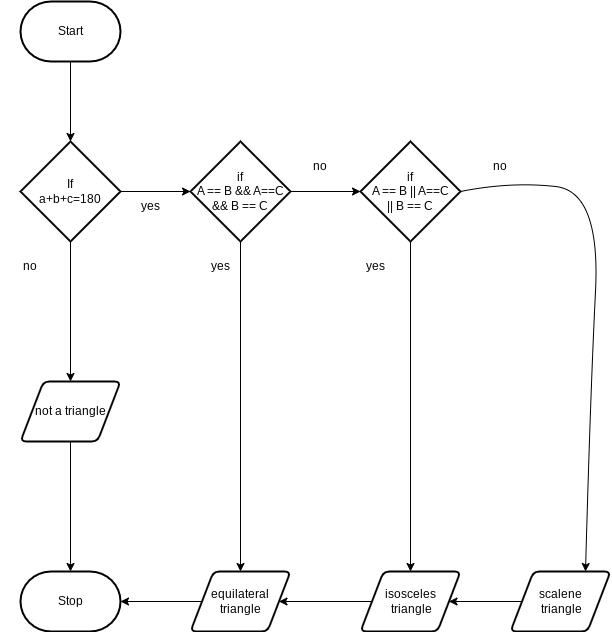
Above: design/flow-chart.png in MikeyGloriani/ICS2O-Unit-5-05-JS (draw.io), before the change. Source tidied: cells renumbered, new cells last; positions are measured from the earlier drawing's top-left corner, leaving out a move shared by most shapes.
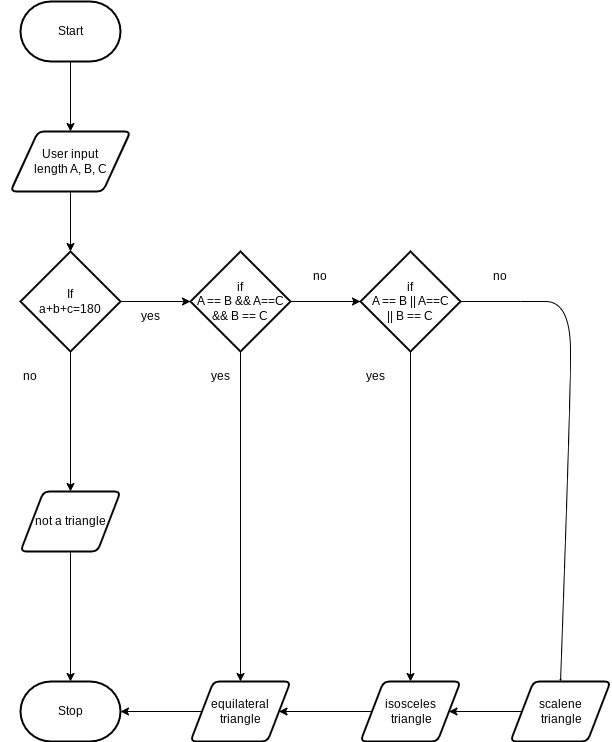
The same diagram one commit later.

Diff of the diagram source:
```diff
@@ -2,11 +2,11 @@
   <root>
     <mxCell id="0" />
     <mxCell id="1" parent="0" />
-    <mxCell id="2" style="edgeStyle=none;html=1;" parent="1" edge="1" source="3" target="6">
+    <mxCell id="2" style="edgeStyle=none;html=1;entryX=0.5;entryY=0;entryDx=0;entryDy=0;" parent="1" edge="1" source="3" target="29">
       <mxGeometry relative="1" as="geometry" />
     </mxCell>
     <mxCell id="3" value="Start" style="strokeWidth=2;html=1;shape=mxgraph.flowchart.terminator;whiteSpace=wrap;" parent="1" vertex="1">
-      <mxGeometry x="20" width="100" height="60" as="geometry" />
+      <mxGeometry x="20" y="-110" width="100" height="60" as="geometry" />
     </mxCell>
     <mxCell id="4" style="edgeStyle=none;html=1;entryX=0;entryY=0.5;entryDx=0;entryDy=0;entryPerimeter=0;" parent="1" edge="1" source="6" target="9">
       <mxGeometry relative="1" as="geometry" />
@@ -68,12 +68,12 @@
     <mxCell id="23" value="scalene&lt;br&gt;&amp;nbsp;triangle" style="shape=parallelogram;html=1;strokeWidth=2;perimeter=parallelogramPerimeter;whiteSpace=wrap;rounded=1;arcSize=12;size=0.23;" parent="1" vertex="1">
       <mxGeometry x="510" y="570" width="100" height="60" as="geometry" />
     </mxCell>
-    <mxCell id="24" style="curved=1;endArrow=classic;html=1;exitX=1;exitY=0.5;exitDx=0;exitDy=0;exitPerimeter=0;entryX=0.75;entryY=0;entryDx=0;entryDy=0;" parent="1" edge="1" source="16" target="23">
+    <mxCell id="24" style="curved=1;endArrow=classic;html=1;exitX=1;exitY=0.5;exitDx=0;exitDy=0;exitPerimeter=0;endSize=0;entryX=0.5;entryY=0;entryDx=0;entryDy=0;" parent="1" edge="1" source="16" target="23">
       <mxGeometry relative="1" as="geometry">
         <Array as="points">
-          <mxPoint x="510" y="180" />
-          <mxPoint x="600" y="190" />
-          <mxPoint x="590" y="390" />
+          <mxPoint x="520" y="190" />
+          <mxPoint x="570" y="190" />
+          <mxPoint x="570" y="290" />
         </Array>
       </mxGeometry>
     </mxCell>
@@ -86,5 +86,11 @@
     <mxCell id="27" value="no" style="text;html=1;strokeColor=none;fillColor=none;align=center;verticalAlign=middle;whiteSpace=wrap;rounded=0;" parent="1" vertex="1">
       <mxGeometry y="250" width="60" height="30" as="geometry" />
     </mxCell>
+    <mxCell id="28" style="edgeStyle=none;html=1;entryX=0.5;entryY=0;entryDx=0;entryDy=0;entryPerimeter=0;" parent="1" edge="1" source="29" target="6">
+      <mxGeometry relative="1" as="geometry" />
+    </mxCell>
+    <mxCell id="29" value="User input&lt;br&gt;length A, B, C" style="shape=parallelogram;html=1;strokeWidth=2;perimeter=parallelogramPerimeter;whiteSpace=wrap;rounded=1;arcSize=12;size=0.23;" parent="1" vertex="1">
+      <mxGeometry x="10" y="20" width="120" height="60" as="geometry" />
+    </mxCell>
   </root>
 </mxGraphModel>
```
